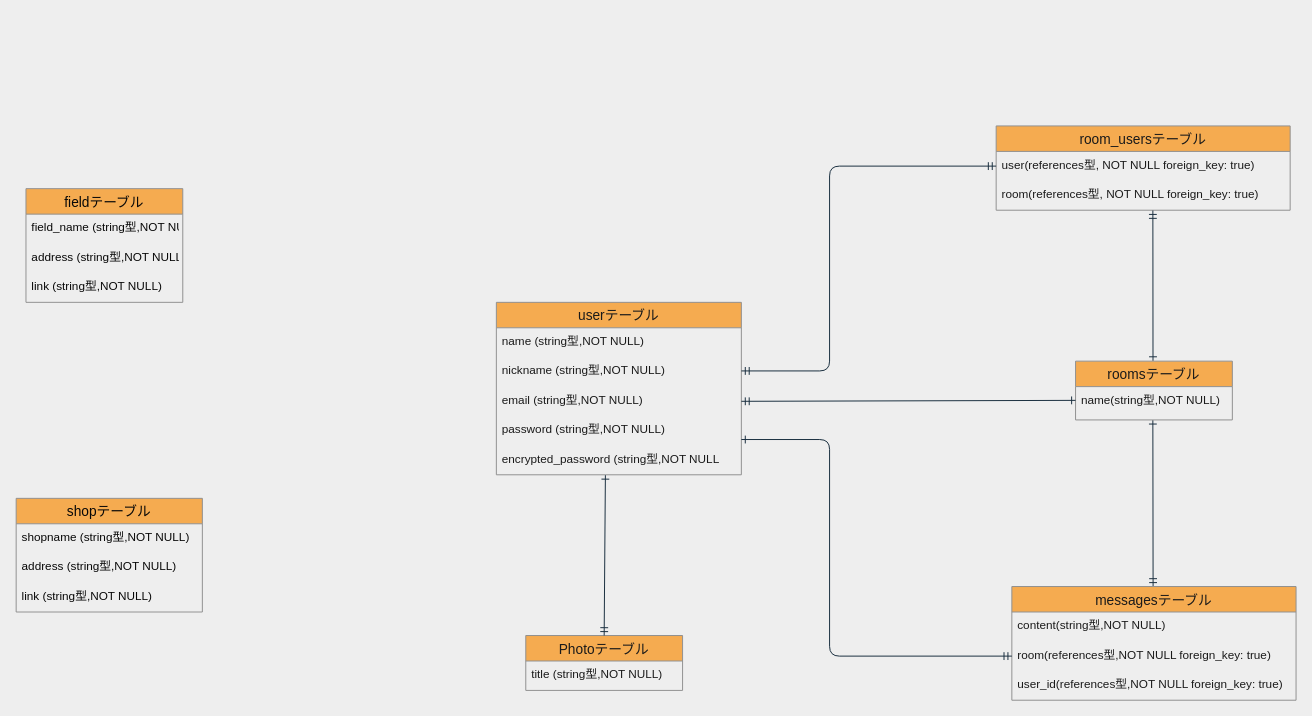
Earlier version of the draw.io diagram sabakatu.dio (yuya-taniguti/sabakatu-app). Source tidied: cells renumbered, new cells numbered last; positions are measured from the earlier drawing's top-left corner, leaving out a move shared by most shapes. Both pictures are drawn from the tidied source at 98%, with x=0, y=0 at pixel (16, 125).
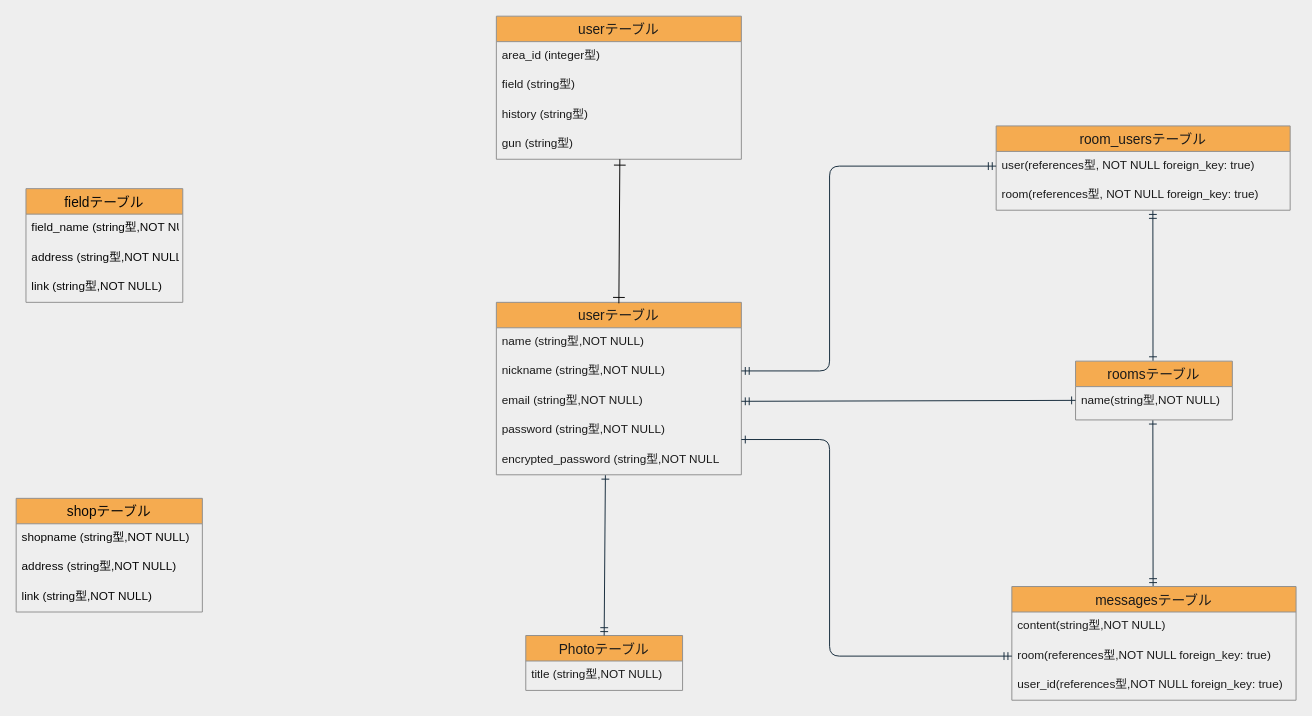
The same diagram, later.

Change to the diagram source:
```diff
@@
+    <mxCell id="34" value="userテーブル" style="swimlane;fontStyle=0;horizontal=1;startSize=26;align=center;fontSize=14;fillColor=#F5AB50;strokeColor=#909090;fontColor=#1A1A1A;" parent="1" vertex="1">
+      <mxGeometry x="490" y="-112" width="250" height="146" as="geometry" />
+    </mxCell>
+    <mxCell id="35" value="area_id (integer型)" style="text;strokeColor=none;fillColor=none;spacingLeft=4;spacingRight=4;overflow=hidden;fontSize=12;fontColor=#1A1A1A;" parent="34" vertex="1">
+      <mxGeometry y="26" width="250" height="30" as="geometry" />
+    </mxCell>
+    <mxCell id="36" value="field (string型)" style="text;strokeColor=none;fillColor=none;spacingLeft=4;spacingRight=4;overflow=hidden;fontSize=12;fontColor=#1A1A1A;" parent="34" vertex="1">
+      <mxGeometry y="56" width="250" height="30" as="geometry" />
+    </mxCell>
+    <mxCell id="37" value="history (string型)" style="text;strokeColor=none;fillColor=none;spacingLeft=4;spacingRight=4;overflow=hidden;fontSize=12;fontColor=#1A1A1A;" parent="34" vertex="1">
+      <mxGeometry y="86" width="250" height="30" as="geometry" />
+    </mxCell>
+    <mxCell id="38" value="gun (string型)" style="text;strokeColor=none;fillColor=none;spacingLeft=4;spacingRight=4;overflow=hidden;fontSize=12;fontColor=#1A1A1A;" parent="34" vertex="1">
+      <mxGeometry y="116" width="250" height="30" as="geometry" />
+    </mxCell>
+    <mxCell id="39" style="edgeStyle=orthogonalEdgeStyle;rounded=0;orthogonalLoop=1;jettySize=auto;html=1;strokeColor=#080808;startArrow=ERone;startFill=0;endArrow=ERone;endFill=0;targetPerimeterSpacing=10;sourcePerimeterSpacing=10;endSize=10;startSize=10;exitX=0.5;exitY=0;exitDx=0;exitDy=0;" parent="1" edge="1">
+      <mxGeometry relative="1" as="geometry">
+        <mxPoint x="615" y="181" as="sourcePoint" />
+        <mxPoint x="616" y="34" as="targetPoint" />
+        <Array as="points">
+          <mxPoint x="615" y="34" />
+        </Array>
+      </mxGeometry>
+    </mxCell>
```
